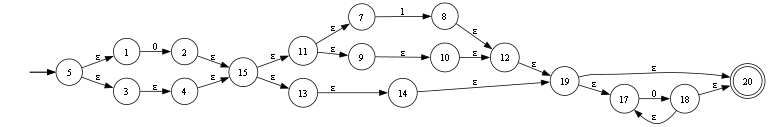
Above: automata.gv.png in donmatthiuz/Laboratorios_Teoria_Computacion- (Graphviz), before the change. Its source is kept beside it as automata.gv.
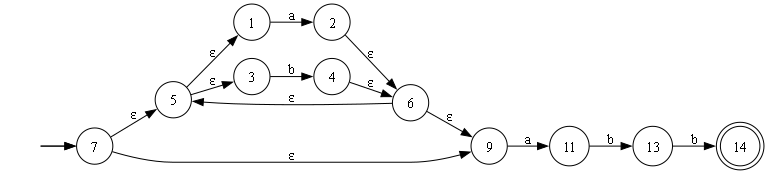
Later version of the same file.

Change to the diagram source:
```diff
@@ -1,32 +1,23 @@
 digraph finite_state_machine {
 	rankdir=LR size="8,5"
 	node [shape=doublecircle]
-	20
+	14
 	node [shape=circle]
 	"" [style=invis]
-	"" -> 5
+	"" -> 7
+	7 -> 5 [label="ε"]
+	6 -> 5 [label="ε"]
+	6 -> 9 [label="ε"]
+	"" [style=invis]
+	"" -> 7
+	7 -> 9 [label="ε"]
 	5 -> 1 [label="ε"]
-	"" [style=invis]
-	"" -> 5
 	5 -> 3 [label="ε"]
-	2 -> 15 [label="ε"]
-	4 -> 15 [label="ε"]
-	1 -> 2 [label=0]
-	3 -> 4 [label="ε"]
-	15 -> 11 [label="ε"]
-	15 -> 13 [label="ε"]
-	12 -> 19 [label="ε"]
-	14 -> 19 [label="ε"]
-	11 -> 7 [label="ε"]
-	11 -> 9 [label="ε"]
-	8 -> 12 [label="ε"]
-	10 -> 12 [label="ε"]
-	7 -> 8 [label=1]
-	9 -> 10 [label="ε"]
-	13 -> 14 [label="ε"]
-	19 -> 17 [label="ε"]
-	18 -> 17 [label="ε"]
-	18 -> 20 [label="ε"]
-	19 -> 20 [label="ε"]
-	17 -> 18 [label=0]
+	2 -> 6 [label="ε"]
+	4 -> 6 [label="ε"]
+	1 -> 2 [label=a]
+	3 -> 4 [label=b]
+	9 -> 11 [label=a]
+	11 -> 13 [label=b]
+	13 -> 14 [label=b]
 }
```
